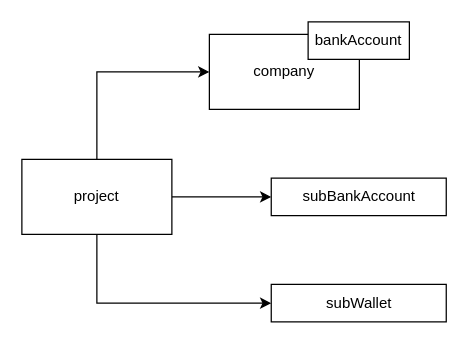
Before: 项目账户_设计.drawio in kuangziyang/shop-design, a draw.io diagram. Source tidied: cells renumbered, new cells numbered last; positions are measured from the earlier drawing's top-left corner, leaving out a move shared by most shapes. Both pictures are drawn from the tidied source at 125%, with x=0, y=0 at pixel (21, 21).
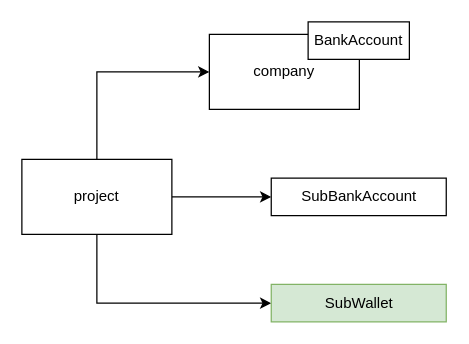
Above is the later version.

Commit message (it also covers changes not shown here):
Update 项目账户_设计.drawio

Change to the diagram source:
```diff
@@
 <mxGraphModel>
   <root>
     <mxCell id="0" />
     <mxCell id="1" parent="0" />
     <mxCell id="2" style="edgeStyle=orthogonalEdgeStyle;rounded=0;jettySize=auto;html=1;exitX=0.5;exitY=0;exitDx=0;exitDy=0;entryX=0;entryY=0.5;entryDx=0;entryDy=0;" parent="1" edge="1" source="5" target="6">
       <mxGeometry relative="1" as="geometry" />
     </mxCell>
     <mxCell id="3" style="edgeStyle=orthogonalEdgeStyle;rounded=0;jettySize=auto;html=1;exitX=1;exitY=0.5;exitDx=0;exitDy=0;entryX=0;entryY=0.5;entryDx=0;entryDy=0;" parent="1" edge="1" source="5" target="8">
       <mxGeometry relative="1" as="geometry" />
     </mxCell>
     <mxCell id="4" style="edgeStyle=orthogonalEdgeStyle;rounded=0;jettySize=auto;html=1;exitX=0.5;exitY=1;exitDx=0;exitDy=0;entryX=0;entryY=0.5;entryDx=0;entryDy=0;" parent="1" edge="1" source="5" target="9">
       <mxGeometry relative="1" as="geometry" />
     </mxCell>
     <mxCell id="5" value="project" style="rounded=0;whiteSpace=wrap;html=1;" parent="1" vertex="1">
       <mxGeometry y="110" width="120" height="60" as="geometry" />
     </mxCell>
     <mxCell id="6" value="company" style="rounded=0;whiteSpace=wrap;html=1;" parent="1" vertex="1">
       <mxGeometry x="150" y="10" width="120" height="60" as="geometry" />
     </mxCell>
-    <mxCell id="7" value="bankAccount" style="rounded=0;whiteSpace=wrap;html=1;" parent="1" vertex="1">
+    <mxCell id="7" value="BankAccount" style="rounded=0;whiteSpace=wrap;html=1;" parent="1" vertex="1">
       <mxGeometry x="229" width="81" height="30" as="geometry" />
     </mxCell>
-    <mxCell id="8" value="subBankAccount" style="rounded=0;whiteSpace=wrap;html=1;" parent="1" vertex="1">
+    <mxCell id="8" value="SubBankAccount" style="rounded=0;whiteSpace=wrap;html=1;" parent="1" vertex="1">
       <mxGeometry x="199.5" y="125" width="140" height="30" as="geometry" />
     </mxCell>
-    <mxCell id="9" value="subWallet" style="rounded=0;whiteSpace=wrap;html=1;" parent="1" vertex="1">
+    <mxCell id="9" value="SubWallet" style="rounded=0;whiteSpace=wrap;html=1;fillColor=#d5e8d4;strokeColor=#82b366;" parent="1" vertex="1">
       <mxGeometry x="199.5" y="210" width="140" height="30" as="geometry" />
     </mxCell>
   </root>
 </mxGraphModel>
```
